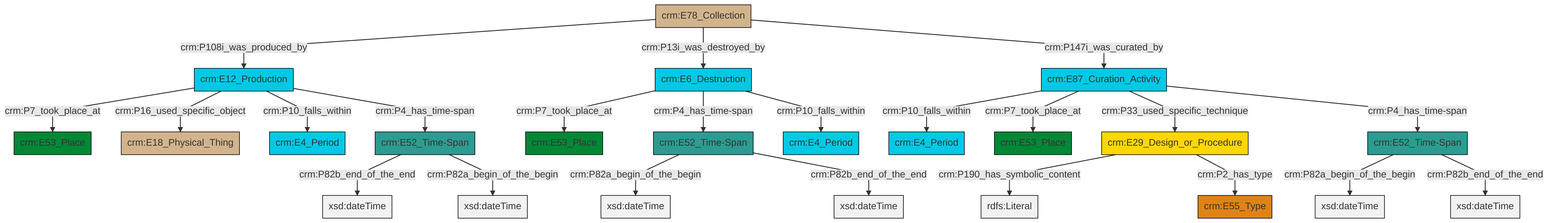
Above: et/archivalCSV/ttl/mmd/png/archival_existence.png in swiss-art-research-net/docs.swissartresearch (Mermaid), before the change. Its source is kept beside it as et/archivalCSV/ttl/mmd/archival_existence.ttl.mmd.
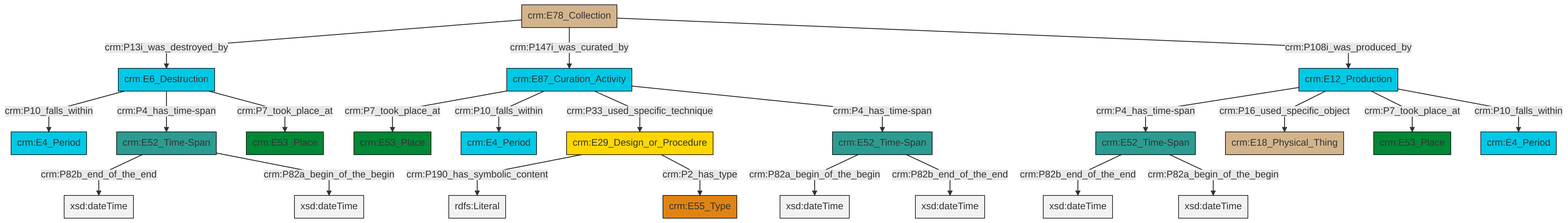
After the commit.

Change to the diagram source:
```diff
@@ -13,25 +13,25 @@
 classDef PC_Classes fill:#4ce600, stroke:#000000;
 classDef Multi fill:#cccccc,stroke:#000000;
 
-0["crm:E12_Production"]:::Temporal_Entity -->|crm:P7_took_place_at| 1["crm:E53_Place"]:::Place
-0["crm:E12_Production"]:::Temporal_Entity -->|crm:P16_used_specific_object| 4["crm:E18_Physical_Thing"]:::Physical_Thing
-9["crm:E87_Curation_Activity"]:::Temporal_Entity -->|crm:P10_falls_within| 7["crm:E4_Period"]:::Temporal_Entity
-10["crm:E52_Time-Span"]:::Time-Span -->|crm:P82a_begin_of_the_begin| 11[xsd:dateTime]:::Literal
-12["crm:E29_Design_or_Procedure"]:::Conceptual_Object -->|crm:P190_has_symbolic_content| 14[rdfs:Literal]:::Literal
-15["crm:E52_Time-Span"]:::Time-Span -->|crm:P82b_end_of_the_end| 16[xsd:dateTime]:::Literal
-0["crm:E12_Production"]:::Temporal_Entity -->|crm:P10_falls_within| 18["crm:E4_Period"]:::Temporal_Entity
-2["crm:E52_Time-Span"]:::Time-Span -->|crm:P82a_begin_of_the_begin| 19[xsd:dateTime]:::Literal
-12["crm:E29_Design_or_Procedure"]:::Conceptual_Object -->|crm:P2_has_type| 20["crm:E55_Type"]:::Type
-15["crm:E52_Time-Span"]:::Time-Span -->|crm:P82a_begin_of_the_begin| 21[xsd:dateTime]:::Literal
-26["crm:E6_Destruction"]:::Temporal_Entity -->|crm:P7_took_place_at| 27["crm:E53_Place"]:::Place
-10["crm:E52_Time-Span"]:::Time-Span -->|crm:P82b_end_of_the_end| 28[xsd:dateTime]:::Literal
-2["crm:E52_Time-Span"]:::Time-Span -->|crm:P82b_end_of_the_end| 29[xsd:dateTime]:::Literal
-31["crm:E78_Collection"]:::Physical_Thing -->|crm:P108i_was_produced_by| 0["crm:E12_Production"]:::Temporal_Entity
-26["crm:E6_Destruction"]:::Temporal_Entity -->|crm:P4_has_time-span| 10["crm:E52_Time-Span"]:::Time-Span
-31["crm:E78_Collection"]:::Physical_Thing -->|crm:P13i_was_destroyed_by| 26["crm:E6_Destruction"]:::Temporal_Entity
-26["crm:E6_Destruction"]:::Temporal_Entity -->|crm:P10_falls_within| 32["crm:E4_Period"]:::Temporal_Entity
-0["crm:E12_Production"]:::Temporal_Entity -->|crm:P4_has_time-span| 15["crm:E52_Time-Span"]:::Time-Span
-9["crm:E87_Curation_Activity"]:::Temporal_Entity -->|crm:P7_took_place_at| 5["crm:E53_Place"]:::Place
-31["crm:E78_Collection"]:::Physical_Thing -->|crm:P147i_was_curated_by| 9["crm:E87_Curation_Activity"]:::Temporal_Entity
-9["crm:E87_Curation_Activity"]:::Temporal_Entity -->|crm:P33_used_specific_technique| 12["crm:E29_Design_or_Procedure"]:::Conceptual_Object
-9["crm:E87_Curation_Activity"]:::Temporal_Entity -->|crm:P4_has_time-span| 2["crm:E52_Time-Span"]:::Time-Span
+0["crm:E12_Production"]:::Temporal_Entity -->|crm:P4_has_time-span| 1["crm:E52_Time-Span"]:::Time-Span
+1["crm:E52_Time-Span"]:::Time-Span -->|crm:P82b_end_of_the_end| 6[xsd:dateTime]:::Literal
+9["crm:E78_Collection"]:::Physical_Thing -->|crm:P13i_was_destroyed_by| 10["crm:E6_Destruction"]:::Temporal_Entity
+9["crm:E78_Collection"]:::Physical_Thing -->|crm:P147i_was_curated_by| 11["crm:E87_Curation_Activity"]:::Temporal_Entity
+11["crm:E87_Curation_Activity"]:::Temporal_Entity -->|crm:P7_took_place_at| 14["crm:E53_Place"]:::Place
+7["crm:E52_Time-Span"]:::Time-Span -->|crm:P82a_begin_of_the_begin| 20[xsd:dateTime]:::Literal
+11["crm:E87_Curation_Activity"]:::Temporal_Entity -->|crm:P10_falls_within| 12["crm:E4_Period"]:::Temporal_Entity
+0["crm:E12_Production"]:::Temporal_Entity -->|crm:P16_used_specific_object| 25["crm:E18_Physical_Thing"]:::Physical_Thing
+10["crm:E6_Destruction"]:::Temporal_Entity -->|crm:P10_falls_within| 2["crm:E4_Period"]:::Temporal_Entity
+10["crm:E6_Destruction"]:::Temporal_Entity -->|crm:P4_has_time-span| 27["crm:E52_Time-Span"]:::Time-Span
+27["crm:E52_Time-Span"]:::Time-Span -->|crm:P82b_end_of_the_end| 28[xsd:dateTime]:::Literal
+9["crm:E78_Collection"]:::Physical_Thing -->|crm:P108i_was_produced_by| 0["crm:E12_Production"]:::Temporal_Entity
+11["crm:E87_Curation_Activity"]:::Temporal_Entity -->|crm:P33_used_specific_technique| 18["crm:E29_Design_or_Procedure"]:::Conceptual_Object
+0["crm:E12_Production"]:::Temporal_Entity -->|crm:P7_took_place_at| 4["crm:E53_Place"]:::Place
+1["crm:E52_Time-Span"]:::Time-Span -->|crm:P82a_begin_of_the_begin| 32[xsd:dateTime]:::Literal
+0["crm:E12_Production"]:::Temporal_Entity -->|crm:P10_falls_within| 23["crm:E4_Period"]:::Temporal_Entity
+10["crm:E6_Destruction"]:::Temporal_Entity -->|crm:P7_took_place_at| 34["crm:E53_Place"]:::Place
+7["crm:E52_Time-Span"]:::Time-Span -->|crm:P82b_end_of_the_end| 35[xsd:dateTime]:::Literal
+18["crm:E29_Design_or_Procedure"]:::Conceptual_Object -->|crm:P190_has_symbolic_content| 37[rdfs:Literal]:::Literal
+18["crm:E29_Design_or_Procedure"]:::Conceptual_Object -->|crm:P2_has_type| 21["crm:E55_Type"]:::Type
+27["crm:E52_Time-Span"]:::Time-Span -->|crm:P82a_begin_of_the_begin| 38[xsd:dateTime]:::Literal
+11["crm:E87_Curation_Activity"]:::Temporal_Entity -->|crm:P4_has_time-span| 7["crm:E52_Time-Span"]:::Time-Span
```
